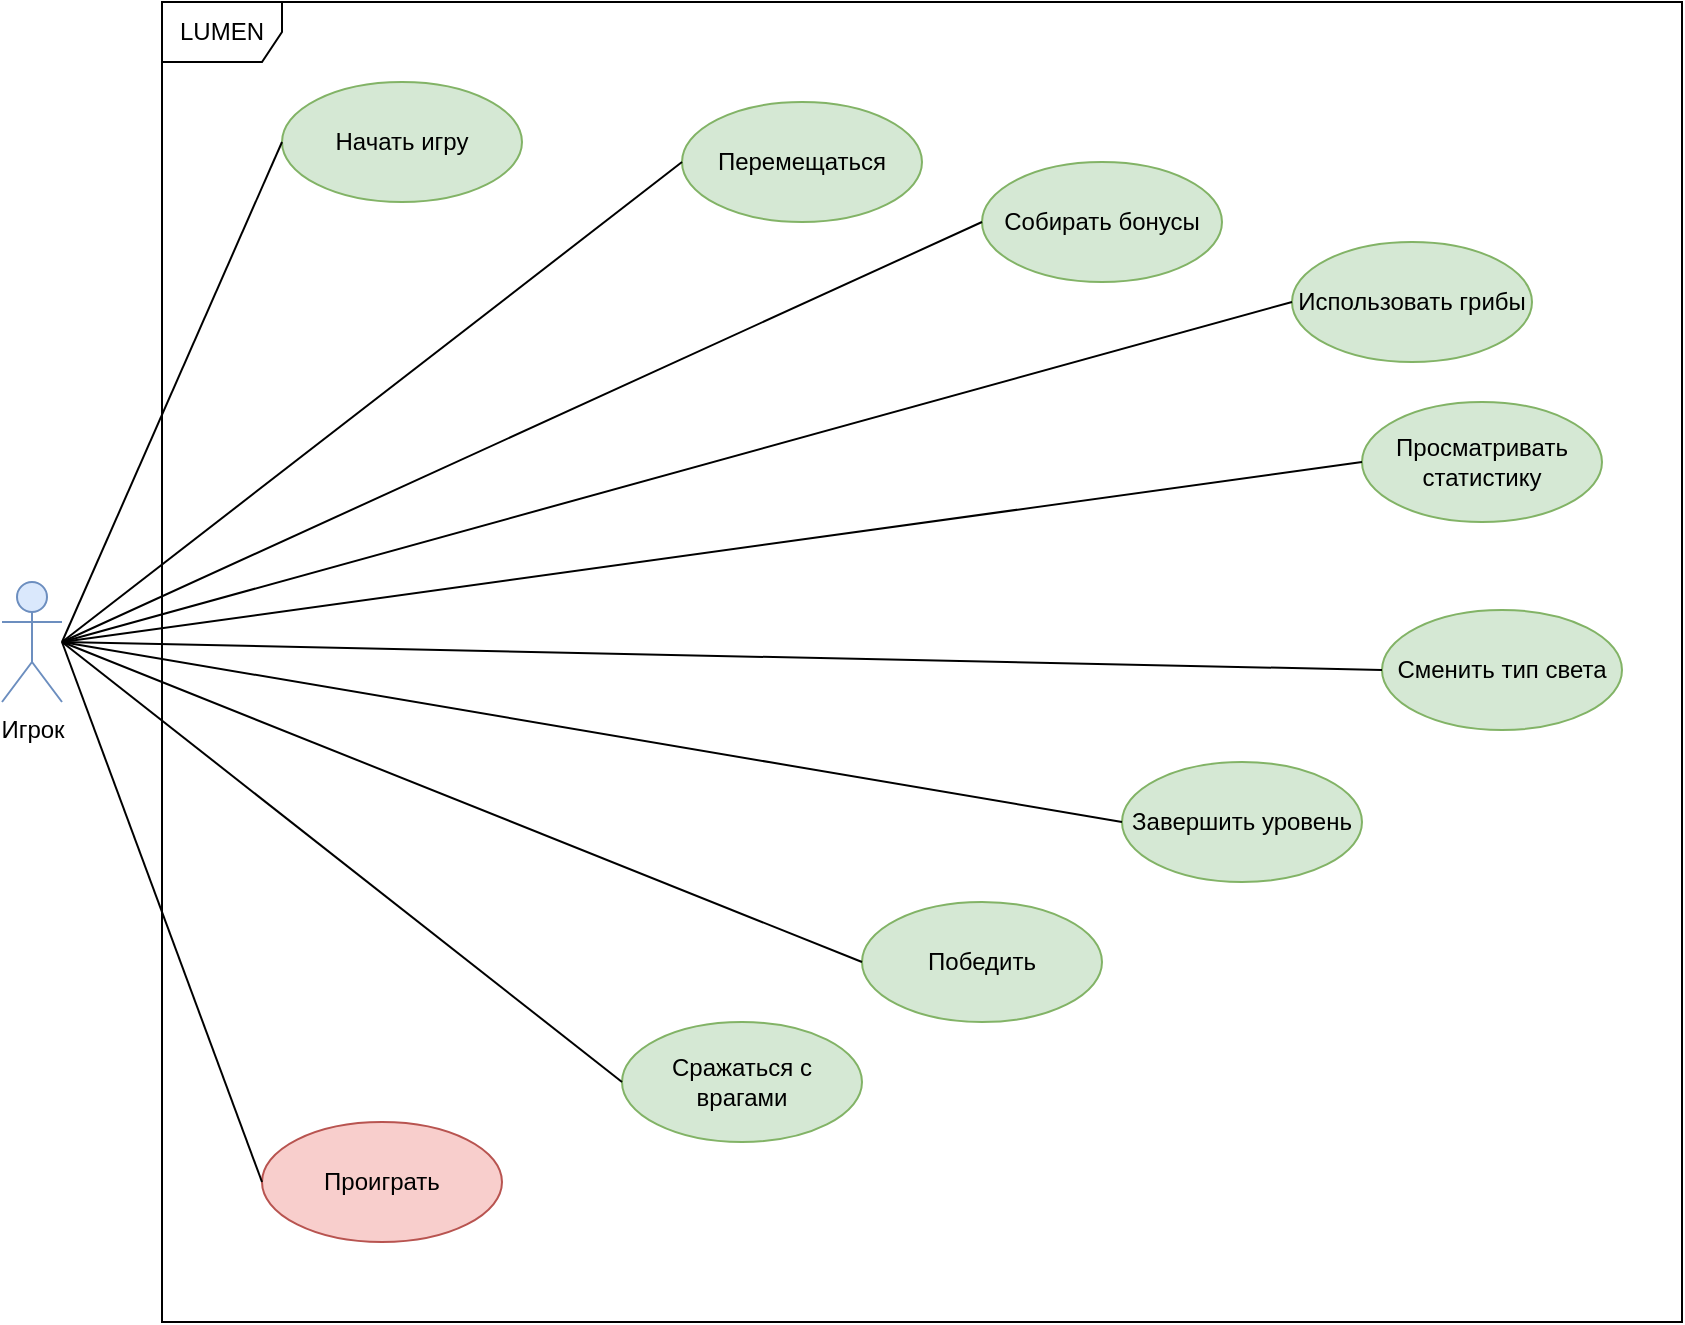
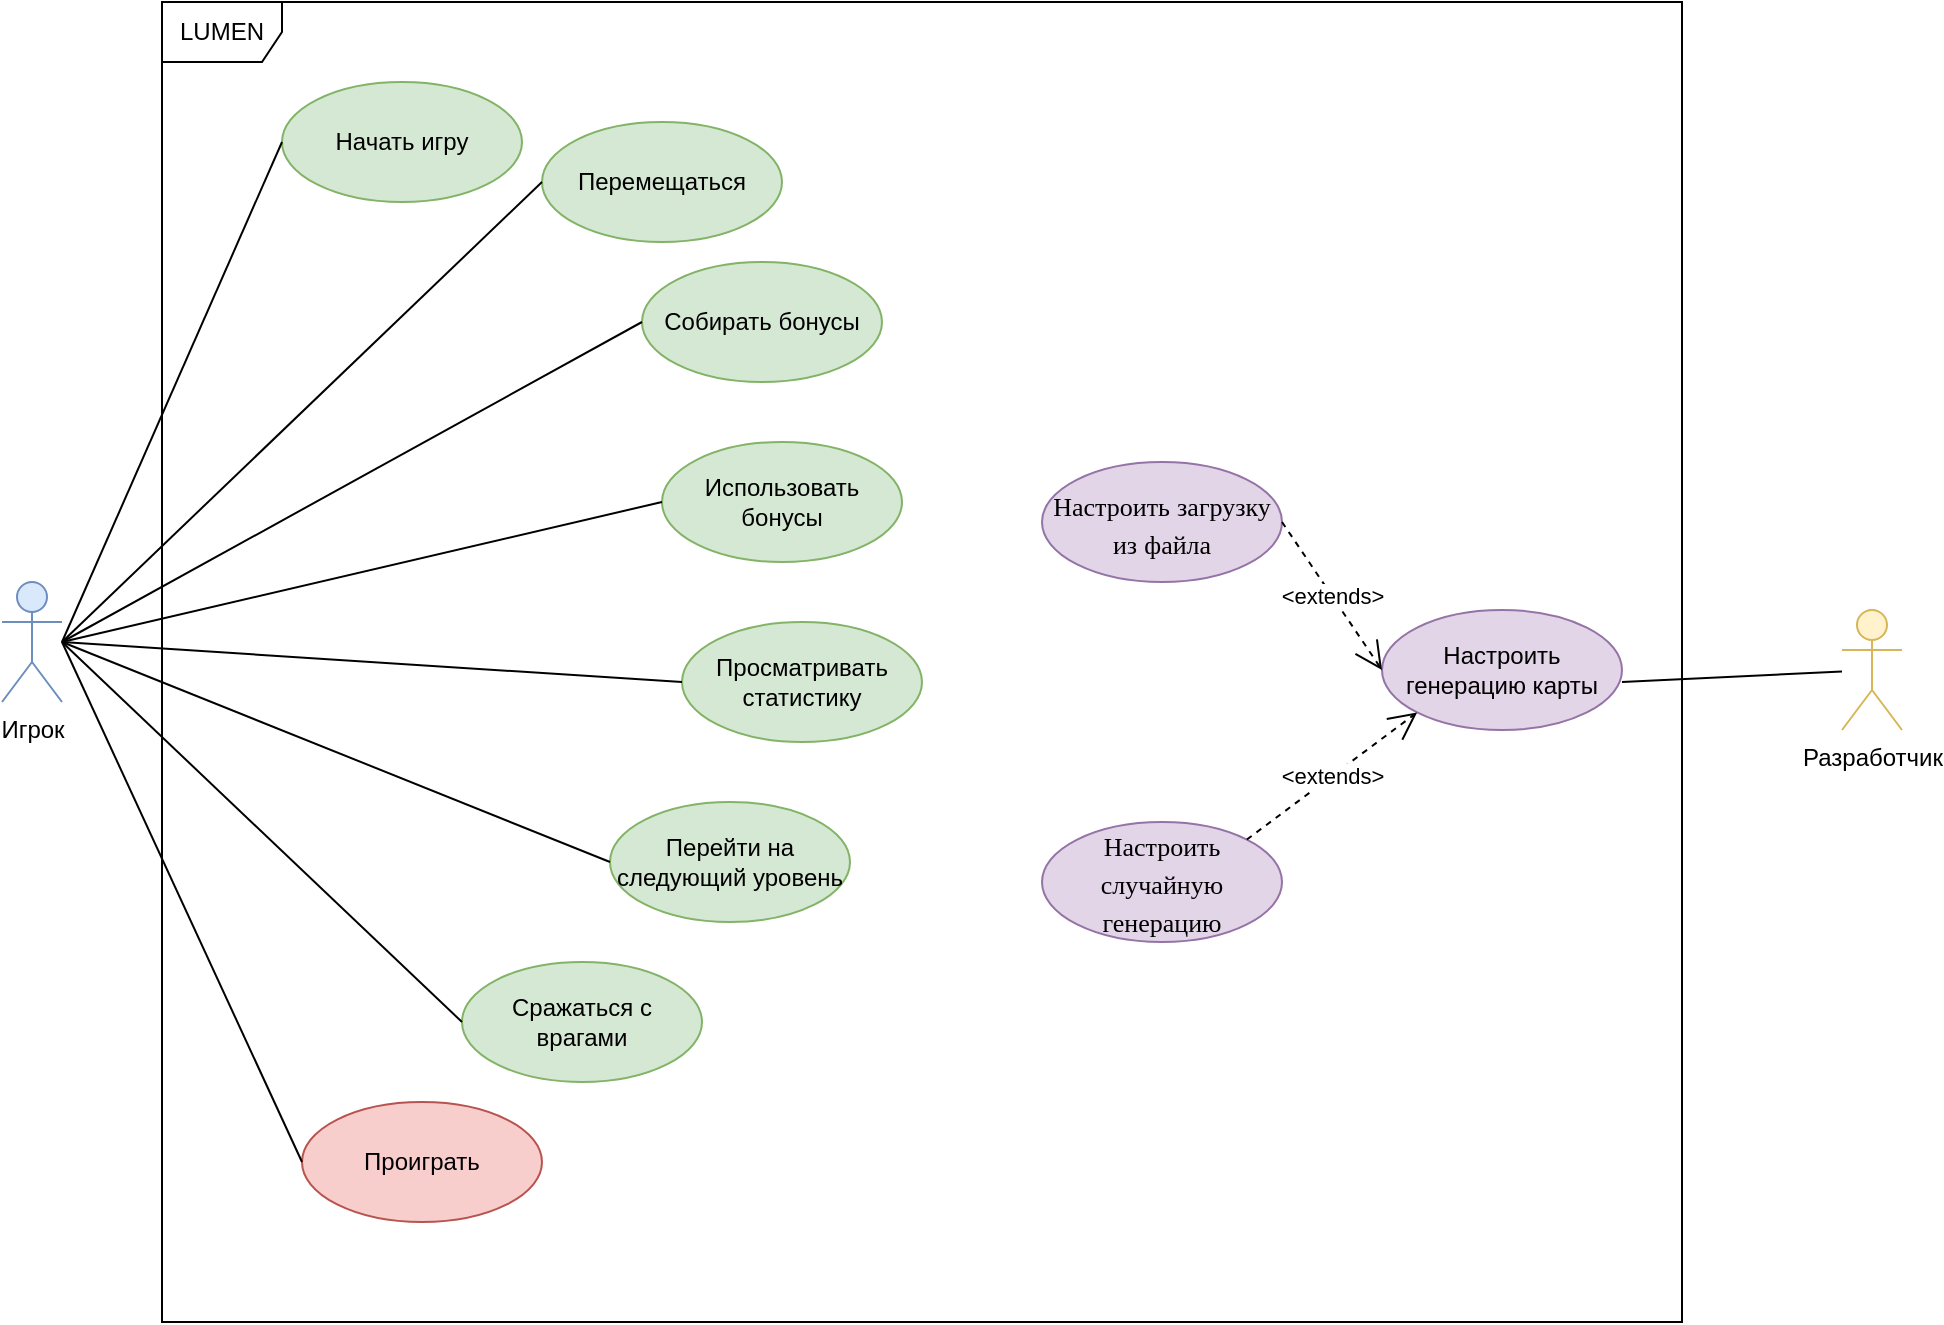
<mxfile host="Electron" agent="Mozilla/5.0 (Macintosh; Intel Mac OS X 10_15_7) AppleWebKit/537.36 (KHTML, like Gecko) draw.io/27.0.9 Chrome/134.0.6998.205 Electron/35.4.0 Safari/537.36" version="27.0.9">
  <diagram name="Use Case Diagram" id="usecase-diagram">
-     <mxGraphModel dx="1975" dy="1013" grid="1" gridSize="10" guides="1" tooltips="1" connect="1" arrows="1" fold="1" page="1" pageScale="1" pageWidth="1169" pageHeight="827" math="0" shadow="0">
+     <mxGraphModel dx="1693" dy="869" grid="1" gridSize="10" guides="1" tooltips="1" connect="1" arrows="1" fold="1" page="1" pageScale="1" pageWidth="1169" pageHeight="827" math="0" shadow="0">
      <root>
        <mxCell id="0" />
        <mxCell id="1" parent="0" />
        <mxCell id="player" value="Игрок" style="shape=umlActor;verticalLabelPosition=bottom;verticalAlign=top;html=1;outlineConnect=0;fillColor=#dae8fc;strokeColor=#6c8ebf;" parent="1" vertex="1">
          <mxGeometry x="160" y="340" width="30" height="60" as="geometry" />
        </mxCell>
+         <mxCell id="developer" value="Разработчик" style="shape=umlActor;verticalLabelPosition=bottom;verticalAlign=top;html=1;outlineConnect=0;fillColor=#fff2cc;strokeColor=#d6b656;" vertex="1" parent="1">
+           <mxGeometry x="1080" y="354" width="30" height="60" as="geometry" />
+         </mxCell>
        <mxCell id="start-game" value="Начать игру" style="ellipse;whiteSpace=wrap;html=1;fillColor=#d5e8d4;strokeColor=#82b366;" parent="1" vertex="1">
          <mxGeometry x="300" y="90" width="120" height="60" as="geometry" />
        </mxCell>
        <mxCell id="move" value="Перемещаться" style="ellipse;whiteSpace=wrap;html=1;fillColor=#d5e8d4;strokeColor=#82b366;" parent="1" vertex="1">
-           <mxGeometry x="500" y="100" width="120" height="60" as="geometry" />
+           <mxGeometry x="430" y="110" width="120" height="60" as="geometry" />
        </mxCell>
        <mxCell id="collect-bonus" value="Собирать бонусы" style="ellipse;whiteSpace=wrap;html=1;fillColor=#d5e8d4;strokeColor=#82b366;" parent="1" vertex="1">
-           <mxGeometry x="650" y="130" width="120" height="60" as="geometry" />
+           <mxGeometry x="480" y="180" width="120" height="60" as="geometry" />
        </mxCell>
-         <mxCell id="use-mushroom" value="Использовать грибы" style="ellipse;whiteSpace=wrap;html=1;fillColor=#d5e8d4;strokeColor=#82b366;" parent="1" vertex="1">
-           <mxGeometry x="805" y="170" width="120" height="60" as="geometry" />
+         <mxCell id="use-mushroom" value="Использовать бонусы" style="ellipse;whiteSpace=wrap;html=1;fillColor=#d5e8d4;strokeColor=#82b366;" parent="1" vertex="1">
+           <mxGeometry x="490" y="270" width="120" height="60" as="geometry" />
        </mxCell>
        <mxCell id="fight-enemy" value="Сражаться с врагами" style="ellipse;whiteSpace=wrap;html=1;fillColor=#d5e8d4;strokeColor=#82b366;" parent="1" vertex="1">
-           <mxGeometry x="470" y="560" width="120" height="60" as="geometry" />
+           <mxGeometry x="390" y="530" width="120" height="60" as="geometry" />
        </mxCell>
-         <mxCell id="complete-level" value="Завершить уровень" style="ellipse;whiteSpace=wrap;html=1;fillColor=#d5e8d4;strokeColor=#82b366;" parent="1" vertex="1">
-           <mxGeometry x="720" y="430" width="120" height="60" as="geometry" />
+         <mxCell id="complete-level" value="Перейти на следующий&lt;span style=&quot;background-color: transparent; color: light-dark(rgb(0, 0, 0), rgb(255, 255, 255));&quot;&gt;&amp;nbsp;уровень&lt;/span&gt;" style="ellipse;whiteSpace=wrap;html=1;fillColor=#d5e8d4;strokeColor=#82b366;" parent="1" vertex="1">
+           <mxGeometry x="464" y="450" width="120" height="60" as="geometry" />
        </mxCell>
        <mxCell id="view-stats" value="Просматривать статистику" style="ellipse;whiteSpace=wrap;html=1;fillColor=#d5e8d4;strokeColor=#82b366;" parent="1" vertex="1">
-           <mxGeometry x="840" y="250" width="120" height="60" as="geometry" />
+           <mxGeometry x="500" y="360" width="120" height="60" as="geometry" />
        </mxCell>
-         <mxCell id="change-light" value="Сменить тип света" style="ellipse;whiteSpace=wrap;html=1;fillColor=#d5e8d4;strokeColor=#82b366;" parent="1" vertex="1">
+         <mxCell id="lose-game" value="Проиграть" style="ellipse;whiteSpace=wrap;html=1;fillColor=#f8cecc;strokeColor=#b85450;" parent="1" vertex="1">
+           <mxGeometry x="310" y="600" width="120" height="60" as="geometry" />
+         </mxCell>
+         <mxCell id="configure-map-generation" value="Настроить генерацию карты" style="ellipse;whiteSpace=wrap;html=1;fillColor=#e1d5e7;strokeColor=#9673a6;" vertex="1" parent="1">
          <mxGeometry x="850" y="354" width="120" height="60" as="geometry" />
        </mxCell>
-         <mxCell id="lose-game" value="Проиграть" style="ellipse;whiteSpace=wrap;html=1;fillColor=#f8cecc;strokeColor=#b85450;" parent="1" vertex="1">
-           <mxGeometry x="290" y="610" width="120" height="60" as="geometry" />
+         <mxCell id="create-random-map" value="&lt;p style=&quot;margin: 0px; font-variant-numeric: normal; font-variant-east-asian: normal; font-variant-alternates: normal; font-size-adjust: none; font-kerning: auto; font-optical-sizing: auto; font-feature-settings: normal; font-variation-settings: normal; font-variant-position: normal; font-variant-emoji: normal; font-stretch: normal; font-size: 13px; line-height: normal; font-family: &amp;quot;Helvetica Neue&amp;quot;;&quot; class=&quot;p1&quot;&gt;&lt;font style=&quot;color: rgb(0, 0, 0);&quot;&gt;Настроить случайную генерацию&lt;/font&gt;&lt;/p&gt;" style="ellipse;whiteSpace=wrap;html=1;fillColor=#e1d5e7;strokeColor=#9673a6;align=center;" vertex="1" parent="1">
+           <mxGeometry x="680" y="460" width="120" height="60" as="geometry" />
        </mxCell>
-         <mxCell id="win-game" value="Победить" style="ellipse;whiteSpace=wrap;html=1;fillColor=#d5e8d4;strokeColor=#82b366;" parent="1" vertex="1">
-           <mxGeometry x="590" y="500" width="120" height="60" as="geometry" />
+         <mxCell id="load-map-from-file" value="&lt;p style=&quot;margin: 0px; font-variant-numeric: normal; font-variant-east-asian: normal; font-variant-alternates: normal; font-size-adjust: none; font-kerning: auto; font-optical-sizing: auto; font-feature-settings: normal; font-variation-settings: normal; font-variant-position: normal; font-variant-emoji: normal; font-stretch: normal; font-size: 13px; line-height: normal; font-family: &amp;quot;Helvetica Neue&amp;quot;;&quot; class=&quot;p1&quot;&gt;&lt;font style=&quot;color: rgb(0, 0, 0);&quot;&gt;Настроить загрузку из файла&lt;/font&gt;&lt;/p&gt;" style="ellipse;whiteSpace=wrap;html=1;fillColor=#e1d5e7;strokeColor=#9673a6;align=center;" vertex="1" parent="1">
+           <mxGeometry x="680" y="280" width="120" height="60" as="geometry" />
        </mxCell>
        <mxCell id="edge1" value="" style="endArrow=none;html=1;rounded=0;exitX=1;exitY=0.5;exitDx=0;exitDy=0;entryX=0;entryY=0.5;entryDx=0;entryDy=0;" parent="1" source="player" target="start-game" edge="1">
          <mxGeometry width="50" height="50" relative="1" as="geometry">
            <mxPoint x="500" y="400" as="sourcePoint" />
            <mxPoint x="550" y="350" as="targetPoint" />
          </mxGeometry>
        </mxCell>
        <mxCell id="edge2" value="" style="endArrow=none;html=1;rounded=0;exitX=1;exitY=0.5;exitDx=0;exitDy=0;entryX=0;entryY=0.5;entryDx=0;entryDy=0;" parent="1" source="player" target="move" edge="1">
          <mxGeometry width="50" height="50" relative="1" as="geometry">
            <mxPoint x="500" y="400" as="sourcePoint" />
            <mxPoint x="550" y="350" as="targetPoint" />
          </mxGeometry>
        </mxCell>
        <mxCell id="edge3" value="" style="endArrow=none;html=1;rounded=0;exitX=1;exitY=0.5;exitDx=0;exitDy=0;entryX=0;entryY=0.5;entryDx=0;entryDy=0;" parent="1" source="player" target="collect-bonus" edge="1">
          <mxGeometry width="50" height="50" relative="1" as="geometry">
            <mxPoint x="500" y="400" as="sourcePoint" />
            <mxPoint x="550" y="350" as="targetPoint" />
          </mxGeometry>
        </mxCell>
        <mxCell id="edge4" value="" style="endArrow=none;html=1;rounded=0;exitX=1;exitY=0.5;exitDx=0;exitDy=0;entryX=0;entryY=0.5;entryDx=0;entryDy=0;" parent="1" source="player" target="use-mushroom" edge="1">
          <mxGeometry width="50" height="50" relative="1" as="geometry">
            <mxPoint x="500" y="400" as="sourcePoint" />
            <mxPoint x="550" y="350" as="targetPoint" />
          </mxGeometry>
        </mxCell>
        <mxCell id="edge5" value="" style="endArrow=none;html=1;rounded=0;exitX=1;exitY=0.5;exitDx=0;exitDy=0;entryX=0;entryY=0.5;entryDx=0;entryDy=0;" parent="1" source="player" target="fight-enemy" edge="1">
          <mxGeometry width="50" height="50" relative="1" as="geometry">
            <mxPoint x="500" y="400" as="sourcePoint" />
            <mxPoint x="550" y="350" as="targetPoint" />
          </mxGeometry>
        </mxCell>
        <mxCell id="edge6" value="" style="endArrow=none;html=1;rounded=0;exitX=1;exitY=0.5;exitDx=0;exitDy=0;entryX=0;entryY=0.5;entryDx=0;entryDy=0;" parent="1" source="player" target="complete-level" edge="1">
          <mxGeometry width="50" height="50" relative="1" as="geometry">
            <mxPoint x="500" y="400" as="sourcePoint" />
            <mxPoint x="550" y="350" as="targetPoint" />
          </mxGeometry>
        </mxCell>
        <mxCell id="edge7" value="" style="endArrow=none;html=1;rounded=0;exitX=1;exitY=0.5;exitDx=0;exitDy=0;entryX=0;entryY=0.5;entryDx=0;entryDy=0;" parent="1" source="player" target="view-stats" edge="1">
          <mxGeometry width="50" height="50" relative="1" as="geometry">
            <mxPoint x="500" y="400" as="sourcePoint" />
            <mxPoint x="550" y="350" as="targetPoint" />
          </mxGeometry>
        </mxCell>
-         <mxCell id="edge8" value="" style="endArrow=none;html=1;rounded=0;exitX=1;exitY=0.5;exitDx=0;exitDy=0;entryX=0;entryY=0.5;entryDx=0;entryDy=0;" parent="1" source="player" target="change-light" edge="1">
-           <mxGeometry width="50" height="50" relative="1" as="geometry">
-             <mxPoint x="500" y="400" as="sourcePoint" />
-             <mxPoint x="550" y="350" as="targetPoint" />
-           </mxGeometry>
-         </mxCell>
        <mxCell id="edge9" value="" style="endArrow=none;html=1;rounded=0;exitX=1;exitY=0.5;exitDx=0;exitDy=0;entryX=0;entryY=0.5;entryDx=0;entryDy=0;" parent="1" source="player" target="lose-game" edge="1">
          <mxGeometry width="50" height="50" relative="1" as="geometry">
            <mxPoint x="500" y="400" as="sourcePoint" />
            <mxPoint x="550" y="350" as="targetPoint" />
          </mxGeometry>
        </mxCell>
-         <mxCell id="edge10" value="" style="endArrow=none;html=1;rounded=0;exitX=1;exitY=0.5;exitDx=0;exitDy=0;entryX=0;entryY=0.5;entryDx=0;entryDy=0;" parent="1" source="player" target="win-game" edge="1">
+         <mxCell id="edge-developer-configure" value="" style="endArrow=none;html=1;rounded=0;" edge="1" parent="1" source="developer">
          <mxGeometry width="50" height="50" relative="1" as="geometry">
-             <mxPoint x="500" y="400" as="sourcePoint" />
+             <mxPoint x="1060" y="384" as="sourcePoint" />
+             <mxPoint x="970" y="390" as="targetPoint" />
+           </mxGeometry>
+         </mxCell>
+         <mxCell id="extend1" value="&amp;lt;extends&amp;gt;" style="endArrow=open;endSize=12;dashed=1;html=1;rounded=0;entryX=0;entryY=1;entryDx=0;entryDy=0;exitX=1;exitY=0;exitDx=0;exitDy=0;" edge="1" parent="1" source="create-random-map" target="configure-map-generation">
+           <mxGeometry width="50" height="50" relative="1" as="geometry">
+             <mxPoint x="870" y="420" as="sourcePoint" />
            <mxPoint x="550" y="350" as="targetPoint" />
          </mxGeometry>
        </mxCell>
-         <mxCell id="cj7ubuXY4sFLKkwxhNy4-1" value="LUMEN" style="shape=umlFrame;whiteSpace=wrap;html=1;pointerEvents=0;labelBackgroundColor=none;" vertex="1" parent="1">
+         <mxCell id="extend2" value="&lt;meta charset=&quot;utf-8&quot;&gt;&lt;span style=&quot;color: rgb(0, 0, 0); font-family: Helvetica; font-size: 11px; font-style: normal; font-variant-ligatures: normal; font-variant-caps: normal; font-weight: 400; letter-spacing: normal; orphans: 2; text-align: center; text-indent: 0px; text-transform: none; widows: 2; word-spacing: 0px; -webkit-text-stroke-width: 0px; white-space: nowrap; background-color: rgb(255, 255, 255); text-decoration-thickness: initial; text-decoration-style: initial; text-decoration-color: initial; display: inline !important; float: none;&quot;&gt;&amp;lt;extends&amp;gt;&lt;/span&gt;" style="endArrow=open;endSize=12;dashed=1;html=1;rounded=0;exitX=1;exitY=0.5;exitDx=0;exitDy=0;entryX=0;entryY=0.5;entryDx=0;entryDy=0;" edge="1" parent="1" source="load-map-from-file" target="configure-map-generation">
+           <mxGeometry x="0.0073" width="50" height="50" relative="1" as="geometry">
+             <mxPoint x="500" y="400" as="sourcePoint" />
+             <mxPoint x="800" y="350" as="targetPoint" />
+             <mxPoint as="offset" />
+           </mxGeometry>
+         </mxCell>
+         <mxCell id="cj7ubuXY4sFLKkwxhNy4-1" value="LUMEN" style="shape=umlFrame;whiteSpace=wrap;html=1;pointerEvents=0;labelBackgroundColor=none;" parent="1" vertex="1">
          <mxGeometry x="240" y="50" width="760" height="660" as="geometry" />
        </mxCell>
      </root>
    </mxGraphModel>
  </diagram>
</mxfile>
